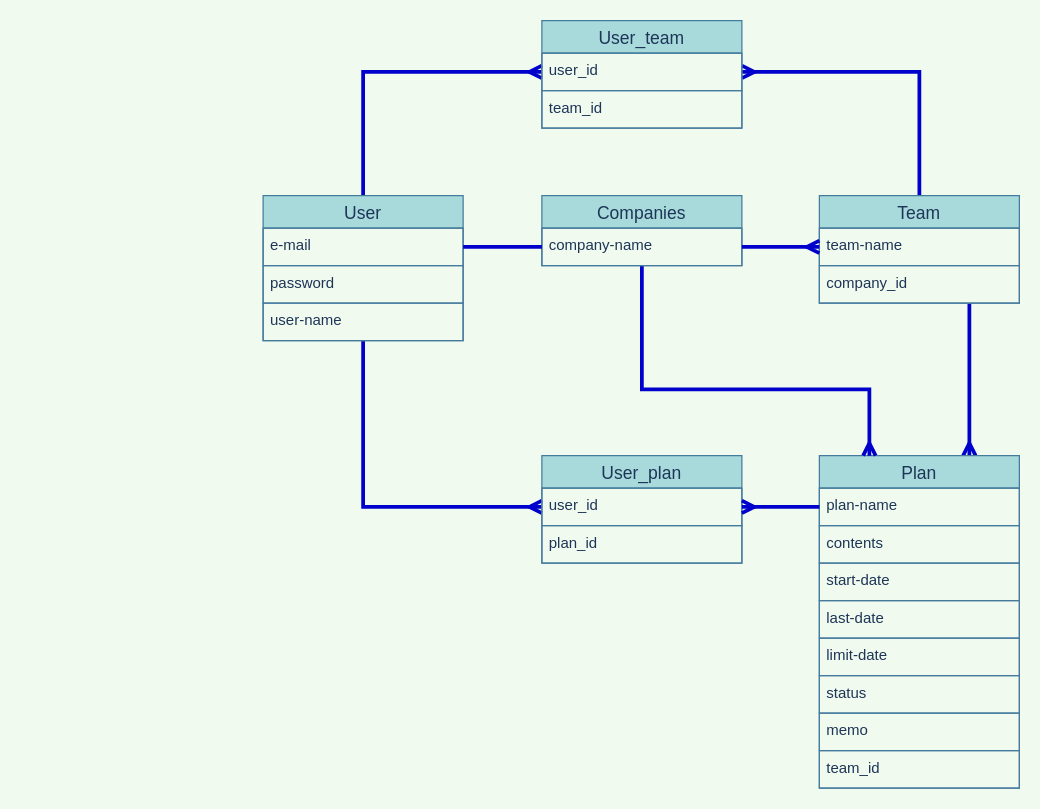
ryunosuke-noyama/plantree keeps this draw.io diagram as plantree.dio. Above is the earlier version. Source tidied: cells renumbered, new cells numbered last; positions are measured from the earlier drawing's top-left corner, leaving out a move shared by most shapes. Both pictures are drawn from the tidied source at 125%, with x=0, y=0 at pixel (262, 20).
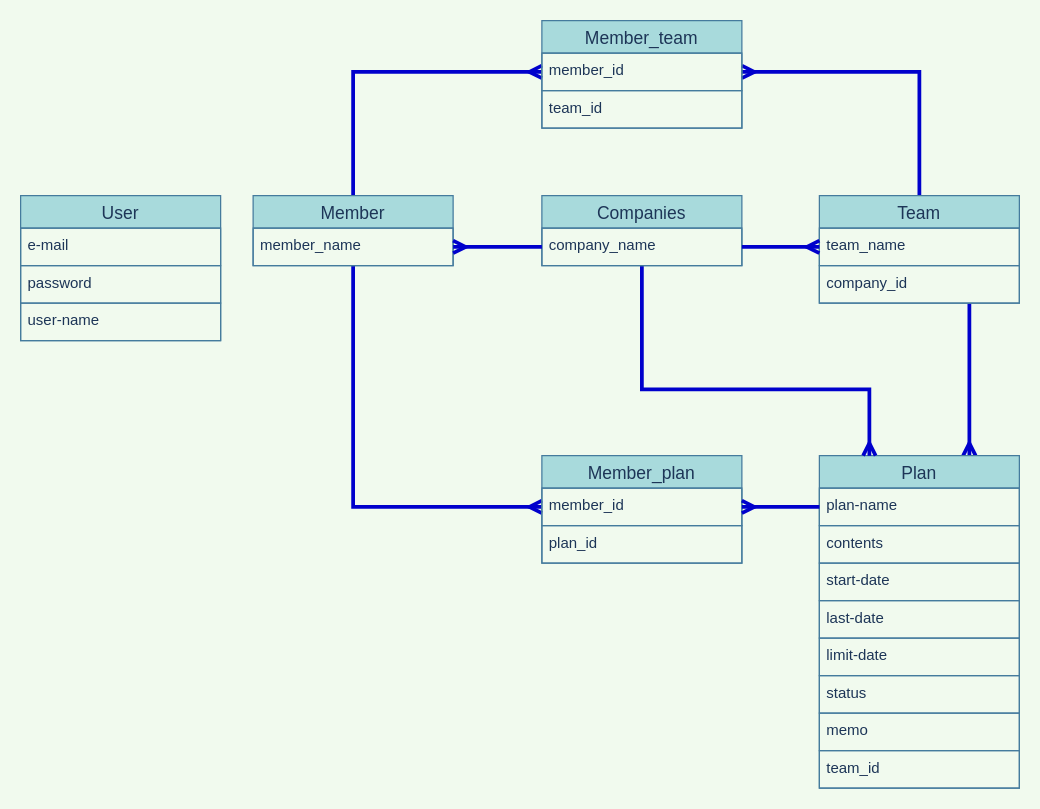
Above is the later version.

The change refers to these unchanged cells:
```xml
<mxCell id="10" value="Team" style="swimlane;fontStyle=0;horizontal=1;startSize=26;align=center;fontSize=14;strokeColor=#457B9D;fillColor=#A8DADC;shadow=0;fontColor=#1D3557;" parent="1" vertex="1">
  <mxGeometry x="445" y="140" width="160" height="86" as="geometry" />
</mxCell>
<mxCell id="23" value="Companies" style="swimlane;fontStyle=0;horizontal=1;startSize=26;align=center;fontSize=14;strokeColor=#457B9D;fillColor=#A8DADC;shadow=0;fontColor=#1D3557;" parent="1" vertex="1">
  <mxGeometry x="223" y="140" width="160" height="56" as="geometry" />
</mxCell>
```

Change to the diagram source:
```diff
@@
-    <mxCell id="4" value="User" style="swimlane;fontStyle=0;horizontal=1;startSize=26;align=center;fontSize=14;strokeColor=#457B9D;fillColor=#A8DADC;shadow=0;fontColor=#1D3557;" parent="1" vertex="1">
-      <mxGeometry y="140" width="160" height="116" as="geometry" />
+    <mxCell id="4" value="Member" style="swimlane;fontStyle=0;horizontal=1;startSize=26;align=center;fontSize=14;strokeColor=#457B9D;fillColor=#A8DADC;shadow=0;fontColor=#1D3557;" parent="1" vertex="1">
+      <mxGeometry x="-8" y="140" width="160" height="56" as="geometry" />
     </mxCell>
-    <mxCell id="5" value="e-mail" style="text;fillColor=none;spacingLeft=4;spacingRight=4;overflow=hidden;points=[[0,0.5],[1,0.5]];portConstraint=eastwest;fontSize=12;strokeColor=#457B9D;fontColor=#1D3557;shadow=0;" parent="4" vertex="1">
+    <mxCell id="5" value="member_name" style="text;fillColor=none;spacingLeft=4;spacingRight=4;overflow=hidden;points=[[0,0.5],[1,0.5]];portConstraint=eastwest;fontSize=12;strokeColor=#457B9D;fontColor=#1D3557;shadow=0;" parent="4" vertex="1">
       <mxGeometry y="26" width="160" height="30" as="geometry" />
     </mxCell>
-    <mxCell id="6" value="password" style="text;fillColor=none;spacingLeft=4;spacingRight=4;overflow=hidden;fontSize=12;strokeColor=#457B9D;fontColor=#1D3557;shadow=0;" parent="4" vertex="1">
-      <mxGeometry y="56" width="160" height="30" as="geometry" />
-    </mxCell>
-    <mxCell id="7" value="user-name" style="text;fillColor=none;spacingLeft=4;spacingRight=4;overflow=hidden;fontSize=12;strokeColor=#457B9D;fontColor=#1D3557;shadow=0;" parent="4" vertex="1">
-      <mxGeometry y="86" width="160" height="30" as="geometry" />
-    </mxCell>
@@
-    <mxCell id="11" value="team-name" style="text;fillColor=none;spacingLeft=4;spacingRight=4;overflow=hidden;points=[[0,0.5],[1,0.5]];portConstraint=eastwest;fontSize=12;strokeColor=#457B9D;fontColor=#1D3557;shadow=0;" parent="10" vertex="1">
+    <mxCell id="11" value="team_name" style="text;fillColor=none;spacingLeft=4;spacingRight=4;overflow=hidden;points=[[0,0.5],[1,0.5]];portConstraint=eastwest;fontSize=12;strokeColor=#457B9D;fontColor=#1D3557;shadow=0;" parent="10" vertex="1">
       <mxGeometry y="26" width="160" height="30" as="geometry" />
     </mxCell>
@@
-    <mxCell id="24" value="company-name" style="text;fillColor=none;spacingLeft=4;spacingRight=4;overflow=hidden;points=[[0,0.5],[1,0.5]];portConstraint=eastwest;fontSize=12;strokeColor=#457B9D;fontColor=#1D3557;shadow=0;" parent="23" vertex="1">
+    <mxCell id="24" value="company_name" style="text;fillColor=none;spacingLeft=4;spacingRight=4;overflow=hidden;points=[[0,0.5],[1,0.5]];portConstraint=eastwest;fontSize=12;strokeColor=#457B9D;fontColor=#1D3557;shadow=0;" parent="23" vertex="1">
       <mxGeometry y="26" width="160" height="30" as="geometry" />
     </mxCell>
-    <mxCell id="25" value="User_team" style="swimlane;fontStyle=0;horizontal=1;startSize=26;align=center;fontSize=14;strokeColor=#457B9D;fillColor=#A8DADC;shadow=0;fontColor=#1D3557;" parent="1" vertex="1">
+    <mxCell id="25" value="Member_team" style="swimlane;fontStyle=0;horizontal=1;startSize=26;align=center;fontSize=14;strokeColor=#457B9D;fillColor=#A8DADC;shadow=0;fontColor=#1D3557;" parent="1" vertex="1">
       <mxGeometry x="223" width="160" height="86" as="geometry" />
     </mxCell>
-    <mxCell id="26" value="user_id" style="text;fillColor=none;spacingLeft=4;spacingRight=4;overflow=hidden;points=[[0,0.5],[1,0.5]];portConstraint=eastwest;fontSize=12;strokeColor=#457B9D;fontColor=#1D3557;shadow=0;" parent="25" vertex="1">
+    <mxCell id="26" value="member_id" style="text;fillColor=none;spacingLeft=4;spacingRight=4;overflow=hidden;points=[[0,0.5],[1,0.5]];portConstraint=eastwest;fontSize=12;strokeColor=#457B9D;fontColor=#1D3557;shadow=0;" parent="25" vertex="1">
       <mxGeometry y="26" width="160" height="30" as="geometry" />
     </mxCell>
@@
-    <mxCell id="28" value="User_plan" style="swimlane;fontStyle=0;horizontal=1;startSize=26;align=center;fontSize=14;strokeColor=#457B9D;fillColor=#A8DADC;shadow=0;fontColor=#1D3557;" parent="1" vertex="1">
+    <mxCell id="28" value="Member_plan" style="swimlane;fontStyle=0;horizontal=1;startSize=26;align=center;fontSize=14;strokeColor=#457B9D;fillColor=#A8DADC;shadow=0;fontColor=#1D3557;" parent="1" vertex="1">
       <mxGeometry x="223" y="348" width="160" height="86" as="geometry" />
     </mxCell>
-    <mxCell id="29" value="user_id" style="text;fillColor=none;spacingLeft=4;spacingRight=4;overflow=hidden;points=[[0,0.5],[1,0.5]];portConstraint=eastwest;fontSize=12;strokeColor=#457B9D;fontColor=#1D3557;shadow=0;" parent="28" vertex="1">
+    <mxCell id="29" value="member_id" style="text;fillColor=none;spacingLeft=4;spacingRight=4;overflow=hidden;points=[[0,0.5],[1,0.5]];portConstraint=eastwest;fontSize=12;strokeColor=#457B9D;fontColor=#1D3557;shadow=0;" parent="28" vertex="1">
       <mxGeometry y="26" width="160" height="30" as="geometry" />
     </mxCell>
@@
-    <mxCell id="31" style="edgeStyle=orthogonalEdgeStyle;rounded=0;jettySize=auto;html=1;exitX=1;exitY=0.5;exitDx=0;exitDy=0;entryX=0;entryY=0.5;entryDx=0;entryDy=0;startArrow=none;startFill=0;endArrow=none;endFill=0;strokeColor=#0000CC;strokeWidth=3;" parent="1" edge="1" source="5" target="24">
+    <mxCell id="31" style="edgeStyle=orthogonalEdgeStyle;rounded=0;jettySize=auto;html=1;exitX=1;exitY=0.5;exitDx=0;exitDy=0;entryX=0;entryY=0.5;entryDx=0;entryDy=0;startArrow=ERmany;startFill=0;endArrow=none;endFill=0;strokeColor=#0000CC;strokeWidth=3;" parent="1" edge="1" source="5" target="24">
       <mxGeometry relative="1" as="geometry" />
     </mxCell>
@@
+    <mxCell id="34" value="User" style="swimlane;fontStyle=0;horizontal=1;startSize=26;align=center;fontSize=14;strokeColor=#457B9D;fillColor=#A8DADC;shadow=0;fontColor=#1D3557;" parent="1" vertex="1">
+      <mxGeometry x="-194" y="140" width="160" height="116" as="geometry" />
+    </mxCell>
+    <mxCell id="35" value="e-mail" style="text;fillColor=none;spacingLeft=4;spacingRight=4;overflow=hidden;fontSize=12;strokeColor=#457B9D;fontColor=#1D3557;shadow=0;" parent="34" vertex="1">
+      <mxGeometry y="26" width="160" height="30" as="geometry" />
+    </mxCell>
+    <mxCell id="6" value="password" style="text;fillColor=none;spacingLeft=4;spacingRight=4;overflow=hidden;fontSize=12;strokeColor=#457B9D;fontColor=#1D3557;shadow=0;" parent="34" vertex="1">
+      <mxGeometry y="56" width="160" height="30" as="geometry" />
+    </mxCell>
+    <mxCell id="7" value="user-name" style="text;fillColor=none;spacingLeft=4;spacingRight=4;overflow=hidden;fontSize=12;strokeColor=#457B9D;fontColor=#1D3557;shadow=0;" parent="34" vertex="1">
+      <mxGeometry y="86" width="160" height="30" as="geometry" />
+    </mxCell>
```
